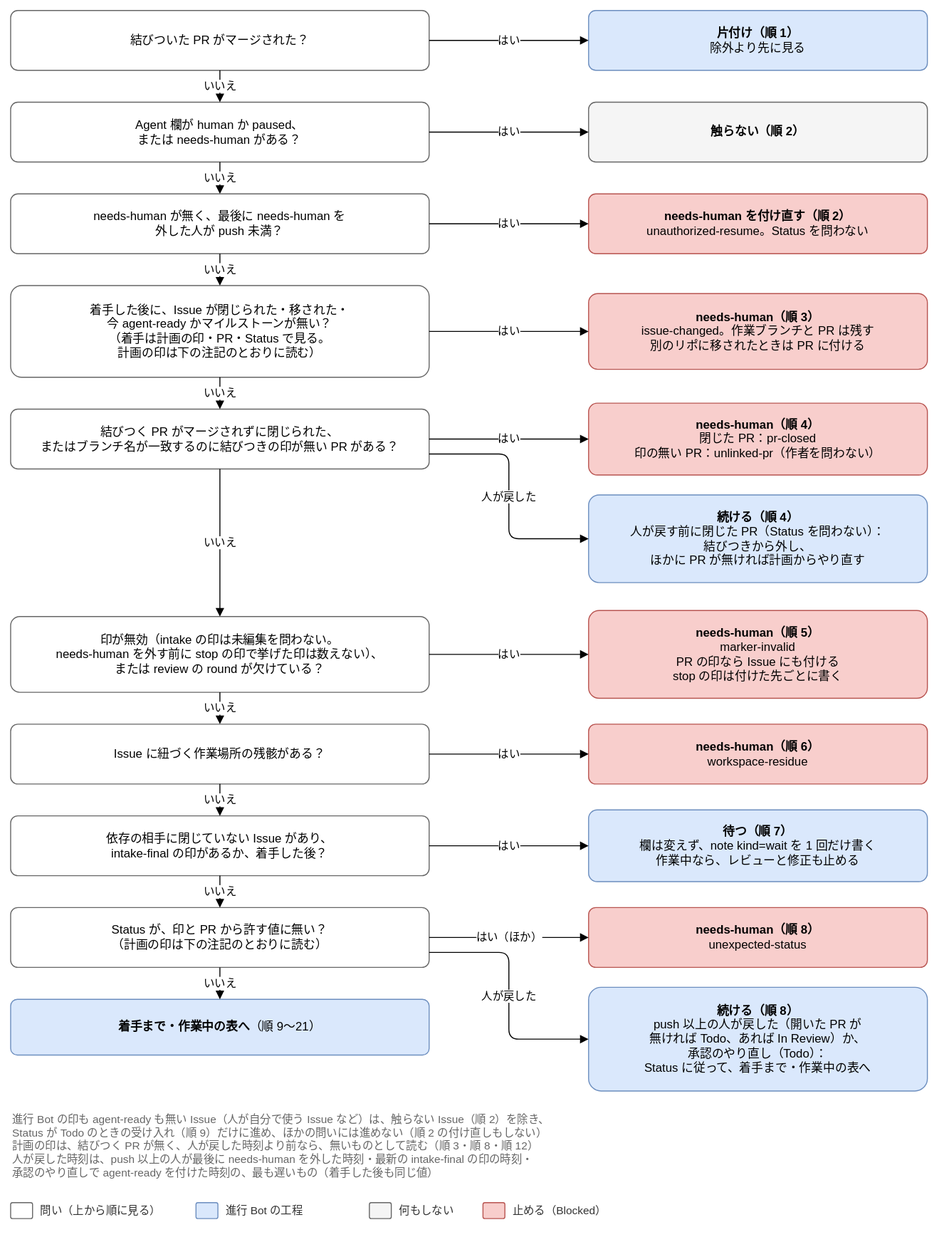
Before: docs/design/basic/diagrams/02-next-step-stops.drawio.svg, a diagram exported from draw.io (Joymerrevent/dev-autopilot). Source tidied: cells renumbered, new cells last; positions are measured from the earlier drawing's top-left corner, leaving out a move shared by most shapes.
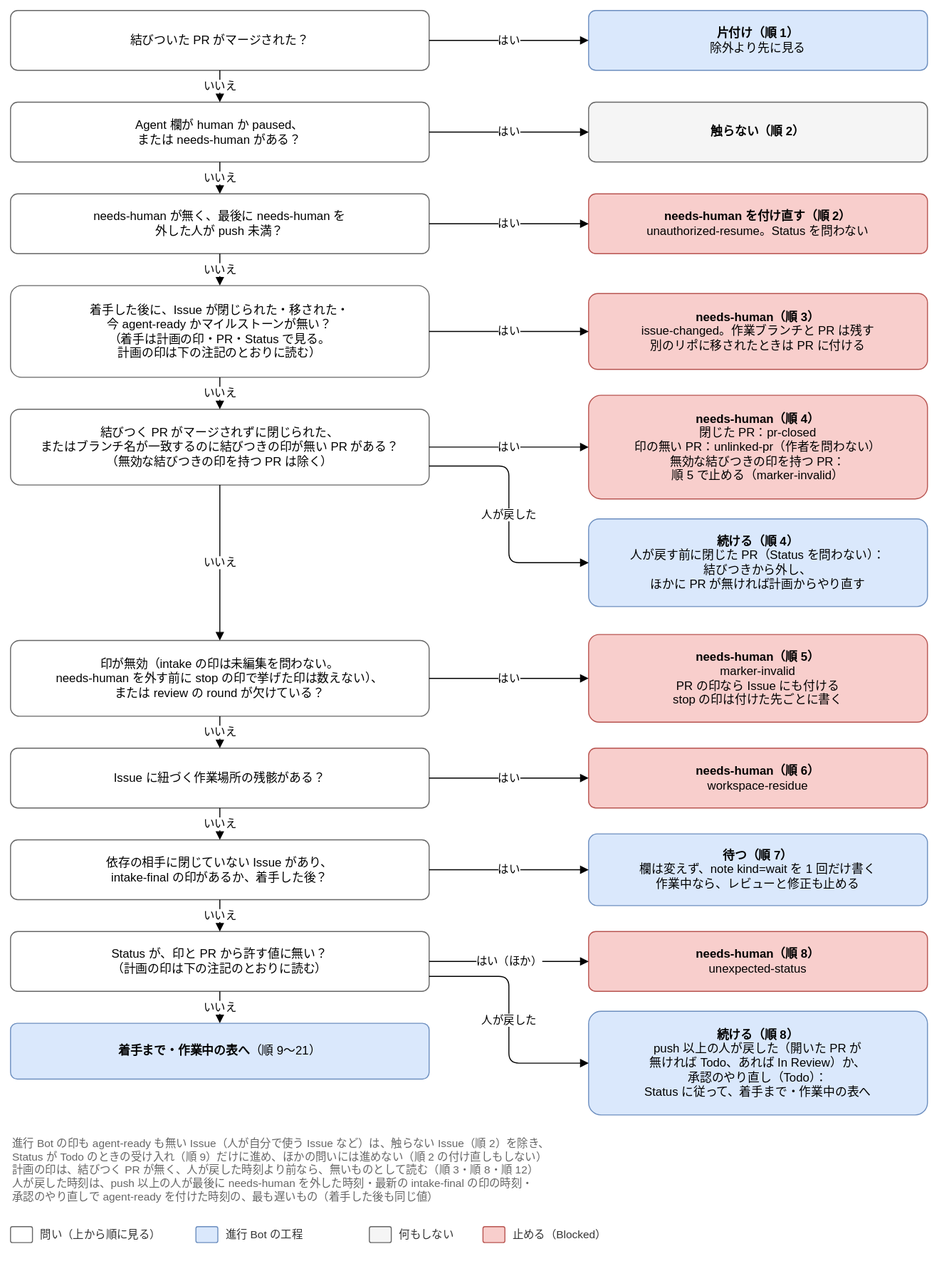
The same file after the commit.

Change to the diagram source:
```diff
@@ -3,19 +3,19 @@
     <mxCell id="0" />
     <mxCell id="1" parent="0" />
     <mxCell id="2" value="結びついた PR がマージされた？" style="rounded=1;whiteSpace=wrap;html=1;fontSize=12;arcSize=12;spacing=12;fillColor=#ffffff;strokeColor=#666666;" parent="1" vertex="1">
-      <mxGeometry width="420" height="60" as="geometry" />
+      <mxGeometry y="-24" width="420" height="60" as="geometry" />
     </mxCell>
     <mxCell id="3" value="&lt;b&gt;片付け（順 1）&lt;/b&gt;&lt;br&gt;除外より先に見る" style="rounded=1;whiteSpace=wrap;html=1;fontSize=12;arcSize=12;spacing=12;fillColor=#dae8fc;strokeColor=#6c8ebf;" parent="1" vertex="1">
-      <mxGeometry x="580" width="340" height="60" as="geometry" />
+      <mxGeometry x="580" y="-24" width="340" height="60" as="geometry" />
     </mxCell>
     <mxCell id="4" value="はい" style="edgeStyle=orthogonalEdgeStyle;rounded=1;html=1;endArrow=block;endFill=1;fontSize=11;labelBackgroundColor=#ffffff;exitX=1;exitY=0.5;exitDx=0;exitDy=0;entryX=0;entryY=0.5;entryDx=0;entryDy=0;" parent="1" edge="1" source="2" target="3">
       <mxGeometry relative="1" as="geometry" />
     </mxCell>
     <mxCell id="5" value="Agent 欄が human か paused、&lt;br&gt;または needs-human がある？" style="rounded=1;whiteSpace=wrap;html=1;fontSize=12;arcSize=12;spacing=12;fillColor=#ffffff;strokeColor=#666666;" parent="1" vertex="1">
-      <mxGeometry y="92" width="420" height="60" as="geometry" />
+      <mxGeometry y="68" width="420" height="60" as="geometry" />
     </mxCell>
     <mxCell id="6" value="&lt;b&gt;触らない（順 2）&lt;/b&gt;" style="rounded=1;whiteSpace=wrap;html=1;fontSize=12;arcSize=12;spacing=12;fillColor=#f5f5f5;strokeColor=#666666;" parent="1" vertex="1">
-      <mxGeometry x="580" y="92" width="340" height="60" as="geometry" />
+      <mxGeometry x="580" y="68" width="340" height="60" as="geometry" />
     </mxCell>
     <mxCell id="7" value="はい" style="edgeStyle=orthogonalEdgeStyle;rounded=1;html=1;endArrow=block;endFill=1;fontSize=11;labelBackgroundColor=#ffffff;exitX=1;exitY=0.5;exitDx=0;exitDy=0;entryX=0;entryY=0.5;entryDx=0;entryDy=0;" parent="1" edge="1" source="5" target="6">
       <mxGeometry relative="1" as="geometry" />
@@ -24,10 +24,10 @@
       <mxGeometry relative="1" as="geometry" />
     </mxCell>
     <mxCell id="9" value="着手した後に、Issue が閉じられた・移された・&lt;br&gt;今 agent-ready かマイルストーンが無い？&lt;br&gt;（着手は計画の印・PR・Status で見る。&lt;br&gt;計画の印は下の注記のとおりに読む）" style="rounded=1;whiteSpace=wrap;html=1;fontSize=12;arcSize=12;spacing=12;fillColor=#ffffff;strokeColor=#666666;" parent="1" vertex="1">
-      <mxGeometry y="276" width="420" height="92" as="geometry" />
+      <mxGeometry y="252" width="420" height="92" as="geometry" />
     </mxCell>
     <mxCell id="10" value="&lt;b&gt;needs-human（順 3）&lt;/b&gt;&lt;br&gt;issue-changed。作業ブランチと PR は残す&lt;br&gt;別のリポに移されたときは PR に付ける" style="rounded=1;whiteSpace=wrap;html=1;fontSize=12;arcSize=12;spacing=12;fillColor=#f8cecc;strokeColor=#b85450;" parent="1" vertex="1">
-      <mxGeometry x="580" y="284" width="340" height="76" as="geometry" />
+      <mxGeometry x="580" y="260" width="340" height="76" as="geometry" />
     </mxCell>
     <mxCell id="11" value="はい" style="edgeStyle=orthogonalEdgeStyle;rounded=1;html=1;endArrow=block;endFill=1;fontSize=11;labelBackgroundColor=#ffffff;exitX=1;exitY=0.5;exitDx=0;exitDy=0;entryX=0;entryY=0.5;entryDx=0;entryDy=0;" parent="1" edge="1" source="9" target="10">
       <mxGeometry relative="1" as="geometry" />
@@ -35,11 +35,11 @@
     <mxCell id="12" value="いいえ" style="edgeStyle=orthogonalEdgeStyle;rounded=1;html=1;endArrow=block;endFill=1;fontSize=11;labelBackgroundColor=#ffffff;exitX=0.5;exitY=1;exitDx=0;exitDy=0;entryX=0.5;entryY=0;entryDx=0;entryDy=0;" parent="1" edge="1" source="5" target="45">
       <mxGeometry relative="1" as="geometry" />
     </mxCell>
-    <mxCell id="13" value="結びつく PR がマージされずに閉じられた、&lt;br&gt;またはブランチ名が一致するのに結びつきの印が無い PR がある？" style="rounded=1;whiteSpace=wrap;html=1;fontSize=12;arcSize=12;spacing=12;fillColor=#ffffff;strokeColor=#666666;" parent="1" vertex="1">
-      <mxGeometry y="400" width="420" height="60" as="geometry" />
+    <mxCell id="13" value="結びつく PR がマージされずに閉じられた、&lt;br&gt;またはブランチ名が一致するのに結びつきの印が無い PR がある？&lt;br&gt;（無効な結びつきの印を持つ PR は除く）" style="rounded=1;whiteSpace=wrap;html=1;fontSize=12;arcSize=12;spacing=12;fillColor=#ffffff;strokeColor=#666666;" parent="1" vertex="1">
+      <mxGeometry y="376" width="420" height="76" as="geometry" />
     </mxCell>
-    <mxCell id="14" value="&lt;b&gt;needs-human（順 4）&lt;/b&gt;&lt;br&gt;閉じた PR：pr-closed&lt;br&gt;印の無い PR：unlinked-pr（作者を問わない）" style="rounded=1;whiteSpace=wrap;html=1;fontSize=12;arcSize=12;spacing=12;fillColor=#f8cecc;strokeColor=#b85450;" parent="1" vertex="1">
-      <mxGeometry x="580" y="394" width="340" height="72" as="geometry" />
+    <mxCell id="14" value="&lt;b&gt;needs-human（順 4）&lt;/b&gt;&lt;br&gt;閉じた PR：pr-closed&lt;br&gt;印の無い PR：unlinked-pr（作者を問わない）&lt;br&gt;無効な結びつきの印を持つ PR：&lt;br&gt;順 5 で止める（marker-invalid）" style="rounded=1;whiteSpace=wrap;html=1;fontSize=12;arcSize=12;spacing=12;fillColor=#f8cecc;strokeColor=#b85450;" parent="1" vertex="1">
+      <mxGeometry x="580" y="362" width="340" height="104" as="geometry" />
     </mxCell>
     <mxCell id="15" value="はい" style="edgeStyle=orthogonalEdgeStyle;rounded=1;html=1;endArrow=block;endFill=1;fontSize=11;labelBackgroundColor=#ffffff;exitX=1;exitY=0.5;exitDx=0;exitDy=0;entryX=0;entryY=0.5;entryDx=0;entryDy=0;" parent="1" edge="1" source="13" target="14">
       <mxGeometry relative="1" as="geometry" />
@@ -132,10 +132,10 @@
       <mxGeometry relative="1" as="geometry" />
     </mxCell>
     <mxCell id="45" value="needs-human が無く、最後に needs-human を&lt;br&gt;外した人が push 未満？" style="rounded=1;whiteSpace=wrap;html=1;fontSize=12;arcSize=12;spacing=12;fillColor=#ffffff;strokeColor=#666666;" parent="1" vertex="1">
-      <mxGeometry y="184" width="420" height="60" as="geometry" />
+      <mxGeometry y="160" width="420" height="60" as="geometry" />
     </mxCell>
     <mxCell id="46" value="&lt;b&gt;needs-human を付け直す（順 2）&lt;/b&gt;&lt;br&gt;unauthorized-resume。Status を問わない" style="rounded=1;whiteSpace=wrap;html=1;fontSize=12;arcSize=12;spacing=12;fillColor=#f8cecc;strokeColor=#b85450;" parent="1" vertex="1">
-      <mxGeometry x="580" y="184" width="340" height="60" as="geometry" />
+      <mxGeometry x="580" y="160" width="340" height="60" as="geometry" />
     </mxCell>
     <mxCell id="47" value="いいえ" style="edgeStyle=orthogonalEdgeStyle;rounded=1;html=1;endArrow=block;endFill=1;fontSize=11;labelBackgroundColor=#ffffff;exitX=0.5;exitY=1;exitDx=0;exitDy=0;entryX=0.5;entryY=0;entryDx=0;entryDy=0;" parent="1" edge="1" source="45" target="9">
       <mxGeometry relative="1" as="geometry" />
```
